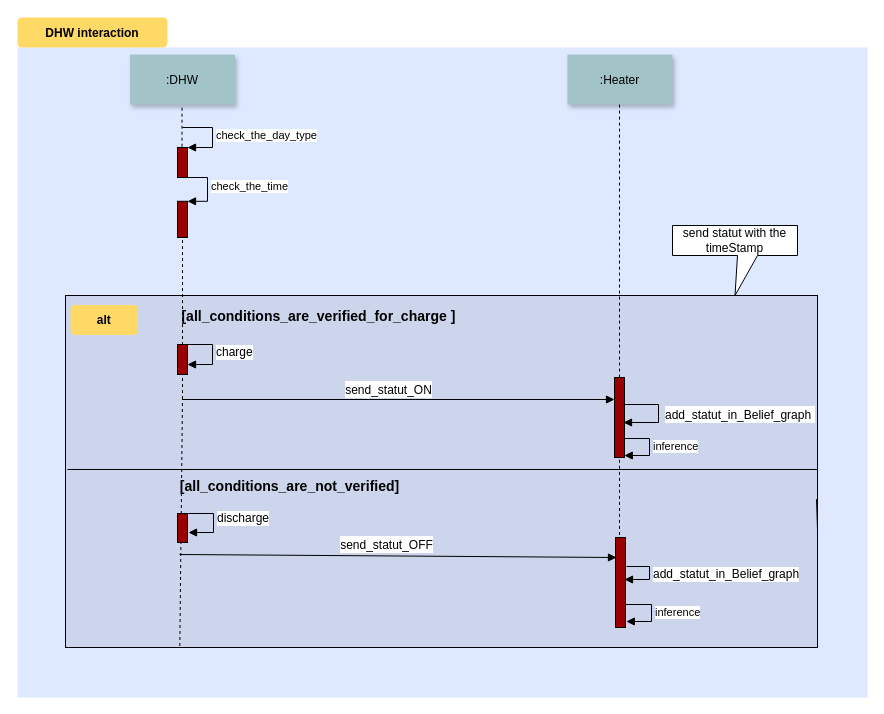
MiriamZawadi/-checs keeps this draw.io diagram as page "Page-2" (2 of 4) of Untitled Diagram.drawio. Above is the earlier version. Source tidied: cells renumbered, new cells numbered last; positions are measured from the earlier drawing's top-left corner, leaving out a move shared by most shapes. Both pictures are drawn from the tidied source at 100%, with x=0, y=0 at pixel (17, 17).
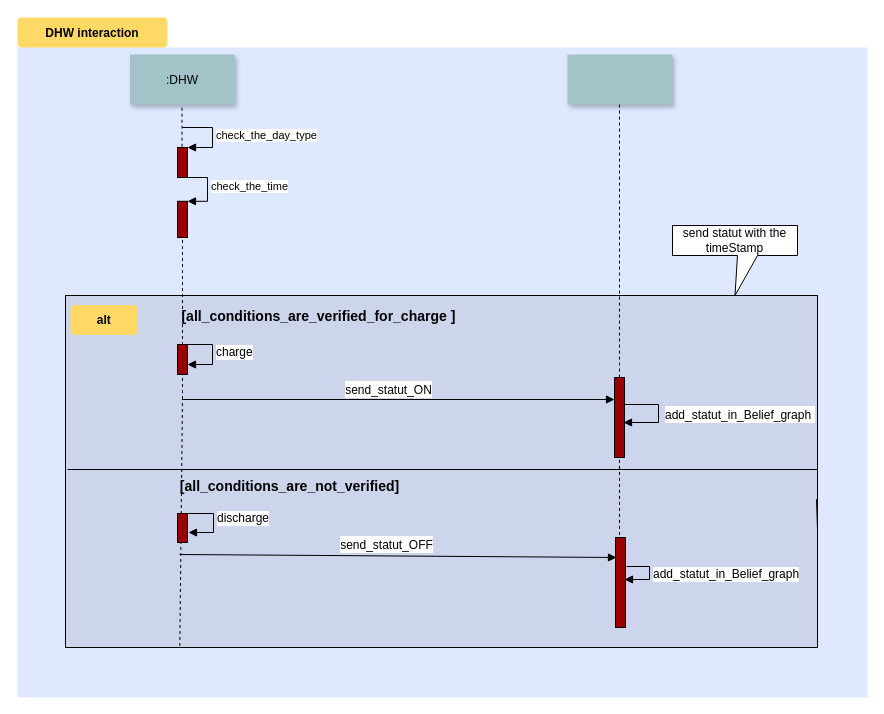
The same page after the edit.

Change to the diagram source:
```diff
@@
-    <mxCell id="5" value=":Heater" style="shadow=1;fillColor=#A2C4C9;strokeColor=none;" parent="1" vertex="1">
+    <mxCell id="5" style="shadow=1;fillColor=#A2C4C9;strokeColor=none;" parent="1" vertex="1">
       <mxGeometry x="550" y="37.1" width="105" height="50" as="geometry" />
     </mxCell>
@@
-    <mxCell id="33" value="inference" style="edgeStyle=orthogonalEdgeStyle;html=1;align=left;spacingLeft=2;endArrow=block;rounded=0;fillColor=#990000;" parent="1" edge="1">
-      <mxGeometry relative="1" as="geometry">
-        <mxPoint x="606.4" y="421" as="sourcePoint" />
-        <mxPoint x="606.8" y="438" as="targetPoint" />
-        <Array as="points">
-          <mxPoint x="632" y="421" />
-          <mxPoint x="632" y="438" />
-        </Array>
-      </mxGeometry>
-    </mxCell>
-    <mxCell id="34" value="inference" style="edgeStyle=orthogonalEdgeStyle;html=1;align=left;spacingLeft=2;endArrow=block;rounded=0;fillColor=#990000;" parent="1" edge="1">
-      <mxGeometry relative="1" as="geometry">
-        <mxPoint x="608.4" y="587" as="sourcePoint" />
-        <mxPoint x="608.8" y="604" as="targetPoint" />
-        <Array as="points">
-          <mxPoint x="634" y="587" />
-          <mxPoint x="634" y="604" />
-        </Array>
-      </mxGeometry>
-    </mxCell>
```
